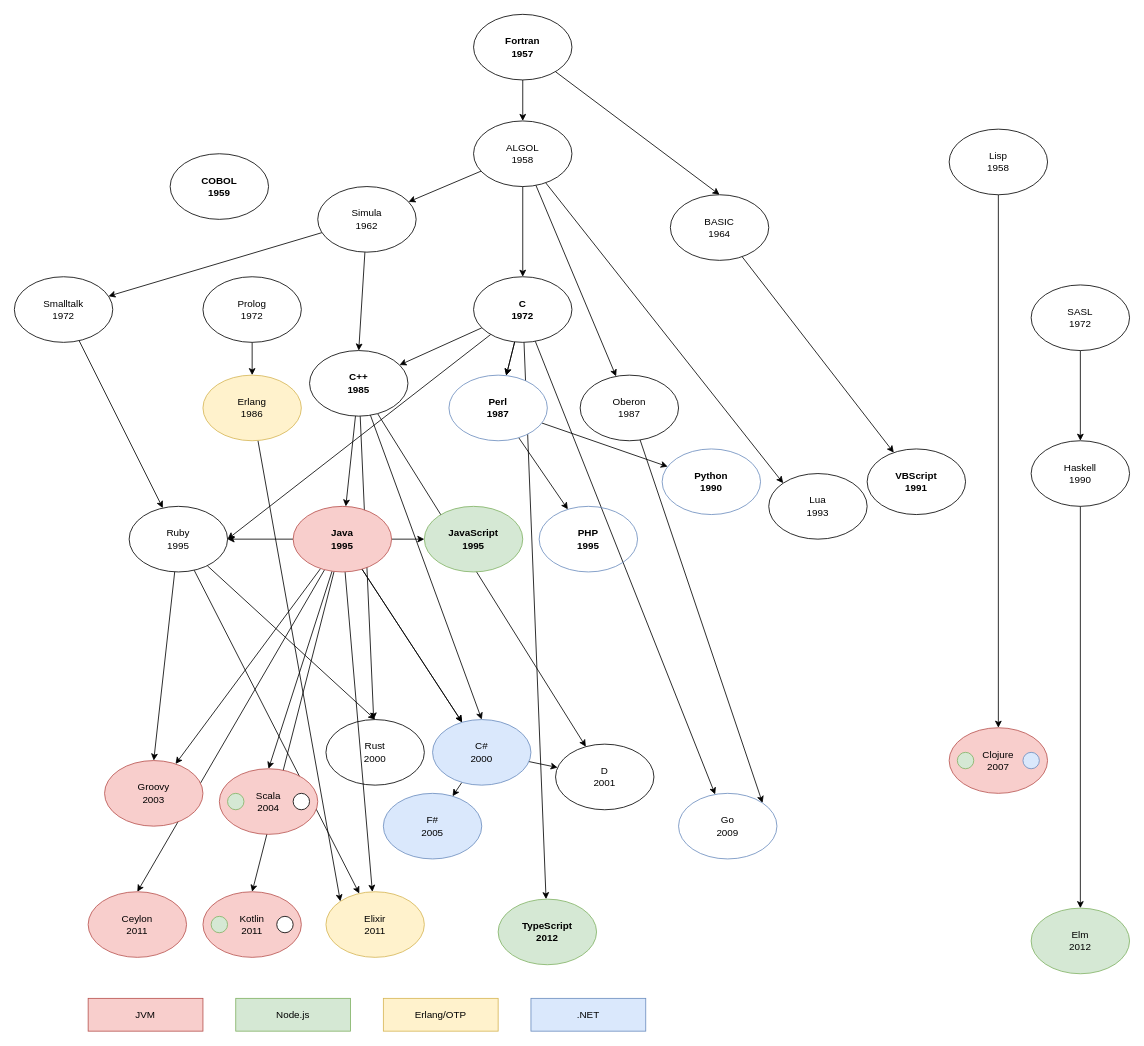
trutvo/dev-ecosystems keeps this draw.io diagram as lang-tree.drawio. Above is the earlier version. Source tidied: cells renumbered, new cells numbered last; positions are measured from the earlier drawing's top-left corner, leaving out a move shared by most shapes. Both pictures are drawn from the tidied source at 82%, with x=0, y=0 at pixel (14, 14).
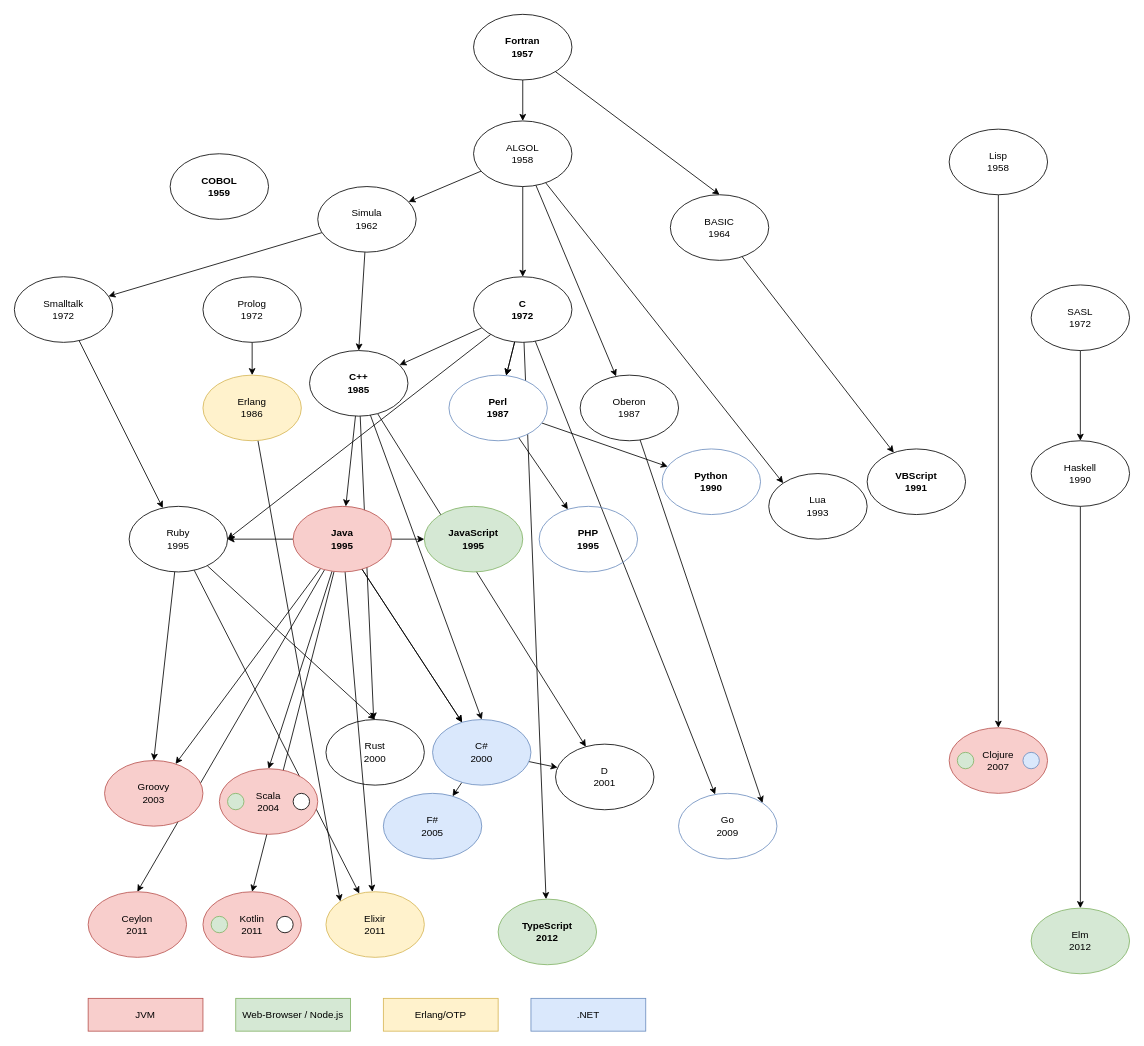
The same diagram, later.

Diff of the diagram source:
```diff
@@
-    <mxCell id="86" value="Node.js" style="rounded=0;whiteSpace=wrap;html=1;fillColor=#d5e8d4;strokeColor=#82b366;" parent="1" vertex="1">
+    <mxCell id="86" value="Web-Browser / Node.js" style="rounded=0;whiteSpace=wrap;html=1;fillColor=#d5e8d4;strokeColor=#82b366;" parent="1" vertex="1">
       <mxGeometry x="270" y="1200" width="140" height="40" as="geometry" />
     </mxCell>
```
